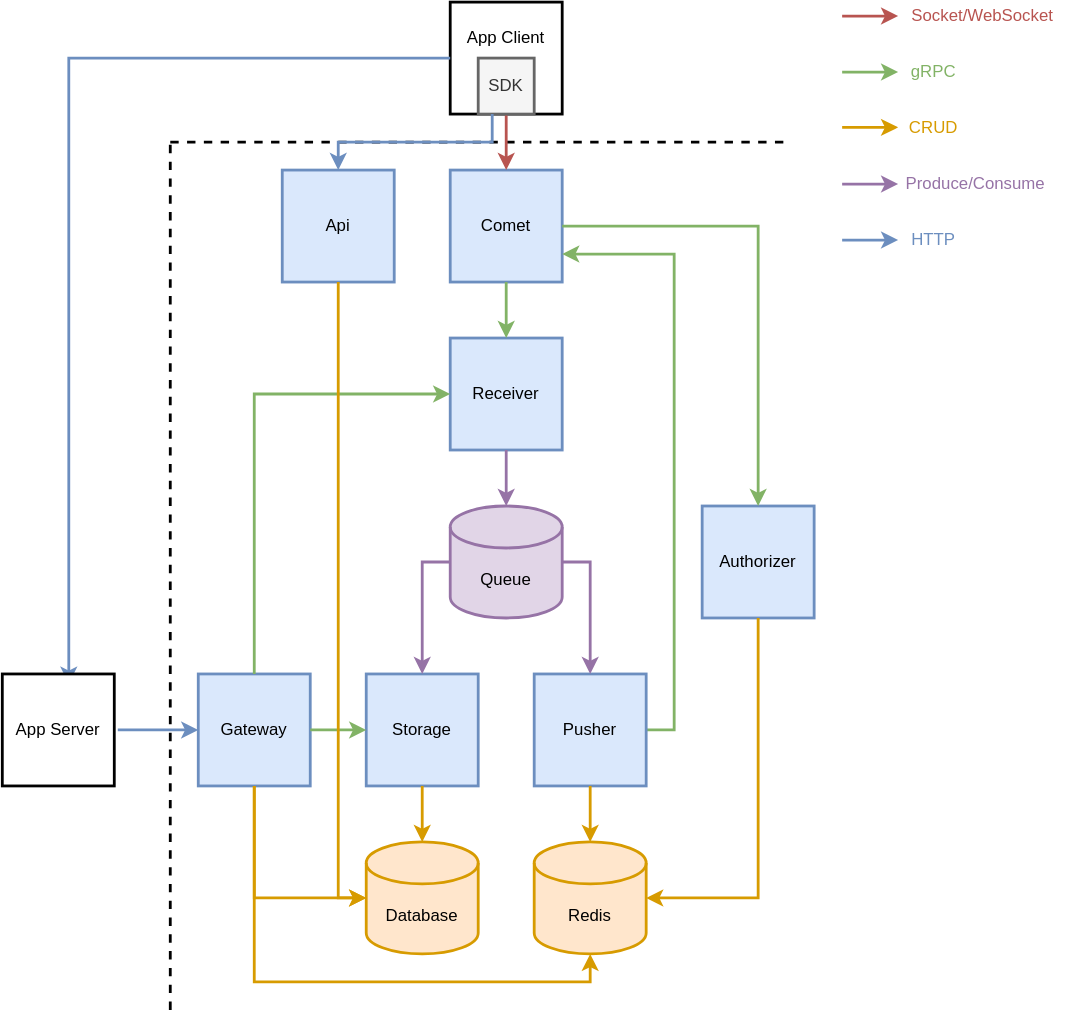
Before: doc/architecture.svg, a diagram exported from draw.io (gengteng/jinshu). Source tidied: cells renumbered, new cells last; positions are measured from the earlier drawing's top-left corner, leaving out a move shared by most shapes. Source of this version:
```xml
<mxGraphModel>
  <root>
    <mxCell id="0" />
    <mxCell id="1" parent="0" />
    <mxCell id="2" value="App Client&lt;br&gt;&lt;br&gt;&lt;br&gt;" style="whiteSpace=wrap;html=1;strokeWidth=2;" parent="1" vertex="1">
      <mxGeometry x="320" width="80" height="80" as="geometry" />
    </mxCell>
    <mxCell id="3" value="Comet" style="whiteSpace=wrap;html=1;strokeWidth=2;fillColor=#dae8fc;strokeColor=#6c8ebf;" parent="1" vertex="1">
      <mxGeometry x="320" y="120" width="80" height="80" as="geometry" />
    </mxCell>
    <mxCell id="4" value="Receiver" style="whiteSpace=wrap;html=1;strokeWidth=2;fillColor=#dae8fc;strokeColor=#6c8ebf;" parent="1" vertex="1">
      <mxGeometry x="320" y="240" width="80" height="80" as="geometry" />
    </mxCell>
    <mxCell id="5" value="Queue" style="shape=cylinder3;whiteSpace=wrap;html=1;boundedLbl=1;backgroundOutline=1;size=15;strokeWidth=2;fillColor=#e1d5e7;strokeColor=#9673a6;" parent="1" vertex="1">
      <mxGeometry x="320" y="360" width="80" height="80" as="geometry" />
    </mxCell>
    <mxCell id="6" style="edgeStyle=orthogonalEdgeStyle;rounded=0;jettySize=auto;html=1;exitX=1;exitY=0.5;exitDx=0;exitDy=0;entryX=1;entryY=0.75;entryDx=0;entryDy=0;fillColor=#d5e8d4;strokeColor=#82b366;strokeWidth=2;" parent="1" edge="1" source="7" target="3">
      <mxGeometry relative="1" as="geometry" />
    </mxCell>
    <mxCell id="7" value="Pusher" style="whiteSpace=wrap;html=1;strokeWidth=2;fillColor=#dae8fc;strokeColor=#6c8ebf;" parent="1" vertex="1">
      <mxGeometry x="380" y="480" width="80" height="80" as="geometry" />
    </mxCell>
    <mxCell id="8" value="Storage" style="whiteSpace=wrap;html=1;strokeWidth=2;fillColor=#dae8fc;strokeColor=#6c8ebf;" parent="1" vertex="1">
      <mxGeometry x="260" y="480" width="80" height="80" as="geometry" />
    </mxCell>
    <mxCell id="9" style="endArrow=none;html=1;rounded=0;strokeWidth=2;dashed=1;" parent="1" edge="1">
      <mxGeometry relative="1" as="geometry">
        <mxPoint x="120" y="100" as="sourcePoint" />
        <mxPoint x="560" y="100" as="targetPoint" />
      </mxGeometry>
    </mxCell>
    <mxCell id="10" value="Authorizer" style="whiteSpace=wrap;html=1;strokeWidth=2;fillColor=#dae8fc;strokeColor=#6c8ebf;" parent="1" vertex="1">
      <mxGeometry x="500" y="360" width="80" height="80" as="geometry" />
    </mxCell>
    <mxCell id="11" value="Database" style="shape=cylinder3;whiteSpace=wrap;html=1;boundedLbl=1;backgroundOutline=1;size=15;strokeWidth=2;fillColor=#ffe6cc;strokeColor=#d79b00;" parent="1" vertex="1">
      <mxGeometry x="260" y="600" width="80" height="80" as="geometry" />
    </mxCell>
    <mxCell id="12" style="endArrow=classic;html=1;rounded=0;entryX=0.5;entryY=0;entryDx=0;entryDy=0;exitX=0.5;exitY=1;exitDx=0;exitDy=0;fillColor=#d5e8d4;strokeColor=#82b366;strokeWidth=2;" parent="1" edge="1" source="3" target="4">
      <mxGeometry relative="1" as="geometry" />
    </mxCell>
    <mxCell id="13" style="endArrow=classic;html=1;rounded=0;entryX=0.5;entryY=0;entryDx=0;entryDy=0;exitX=0.5;exitY=1;exitDx=0;exitDy=0;entryPerimeter=0;fillColor=#e1d5e7;strokeColor=#9673a6;strokeWidth=2;" parent="1" edge="1" source="4" target="5">
      <mxGeometry relative="1" as="geometry" />
    </mxCell>
    <mxCell id="14" value="Redis" style="shape=cylinder3;whiteSpace=wrap;html=1;boundedLbl=1;backgroundOutline=1;size=15;strokeWidth=2;fillColor=#ffe6cc;strokeColor=#d79b00;" parent="1" vertex="1">
      <mxGeometry x="380" y="600" width="80" height="80" as="geometry" />
    </mxCell>
    <mxCell id="15" style="endArrow=classic;html=1;rounded=0;exitX=0.5;exitY=1;exitDx=0;exitDy=0;entryX=0.5;entryY=0;entryDx=0;entryDy=0;entryPerimeter=0;fillColor=#ffe6cc;strokeColor=#d79b00;strokeWidth=2;" parent="1" edge="1" source="7" target="14">
      <mxGeometry relative="1" as="geometry" />
    </mxCell>
    <mxCell id="16" style="endArrow=classic;html=1;rounded=0;exitX=0.5;exitY=1;exitDx=0;exitDy=0;fillColor=#ffe6cc;strokeColor=#d79b00;strokeWidth=2;" parent="1" edge="1" source="8" target="11">
      <mxGeometry relative="1" as="geometry" />
    </mxCell>
    <mxCell id="17" style="edgeStyle=segmentEdgeStyle;endArrow=classic;html=1;rounded=0;entryX=0.5;entryY=0;entryDx=0;entryDy=0;fillColor=#d5e8d4;strokeColor=#82b366;strokeWidth=2;" parent="1" edge="1" target="10">
      <mxGeometry relative="1" as="geometry">
        <mxPoint x="400" y="160" as="sourcePoint" />
      </mxGeometry>
    </mxCell>
    <mxCell id="18" style="edgeStyle=orthogonalEdgeStyle;rounded=0;jettySize=auto;html=1;exitX=0.5;exitY=1;exitDx=0;exitDy=0;entryX=0.5;entryY=0;entryDx=0;entryDy=0;fillColor=#f8cecc;strokeColor=#b85450;strokeWidth=2;" parent="1" edge="1" source="19" target="3">
      <mxGeometry relative="1" as="geometry" />
    </mxCell>
    <mxCell id="19" value="SDK" style="whiteSpace=wrap;html=1;strokeWidth=2;fillColor=#f5f5f5;fontColor=#333333;strokeColor=#666666;" parent="1" vertex="1">
      <mxGeometry x="340" y="40" width="40" height="40" as="geometry" />
    </mxCell>
    <mxCell id="20" style="edgeStyle=segmentEdgeStyle;endArrow=classic;html=1;rounded=0;fillColor=#e1d5e7;strokeColor=#9673a6;strokeWidth=2;" parent="1" edge="1" source="5" target="8">
      <mxGeometry relative="1" as="geometry" />
    </mxCell>
    <mxCell id="21" style="edgeStyle=segmentEdgeStyle;endArrow=classic;html=1;rounded=0;entryX=0.5;entryY=0;entryDx=0;entryDy=0;exitX=1;exitY=0.5;exitDx=0;exitDy=0;exitPerimeter=0;fillColor=#e1d5e7;strokeColor=#9673a6;strokeWidth=2;" parent="1" edge="1" source="5" target="7">
      <mxGeometry relative="1" as="geometry" />
    </mxCell>
    <mxCell id="22" style="endArrow=classic;html=1;rounded=0;fillColor=#f8cecc;strokeColor=#b85450;strokeWidth=2;" parent="1" edge="1">
      <mxGeometry relative="1" as="geometry">
        <mxPoint x="600" y="10" as="sourcePoint" />
        <mxPoint x="640" y="10" as="targetPoint" />
      </mxGeometry>
    </mxCell>
    <mxCell id="23" style="endArrow=classic;html=1;rounded=0;fillColor=#d5e8d4;strokeColor=#82b366;strokeWidth=2;" parent="1" edge="1">
      <mxGeometry relative="1" as="geometry">
        <mxPoint x="600" y="50" as="sourcePoint" />
        <mxPoint x="640" y="50" as="targetPoint" />
      </mxGeometry>
    </mxCell>
    <mxCell id="24" style="endArrow=classic;html=1;rounded=0;fillColor=#ffe6cc;strokeColor=#d79b00;strokeWidth=2;" parent="1" edge="1">
      <mxGeometry relative="1" as="geometry">
        <mxPoint x="600" y="89.5" as="sourcePoint" />
        <mxPoint x="640" y="89.5" as="targetPoint" />
      </mxGeometry>
    </mxCell>
    <mxCell id="25" style="endArrow=classic;html=1;rounded=0;fillColor=#e1d5e7;strokeColor=#9673a6;strokeWidth=2;" parent="1" edge="1">
      <mxGeometry relative="1" as="geometry">
        <mxPoint x="600" y="130" as="sourcePoint" />
        <mxPoint x="640" y="130" as="targetPoint" />
      </mxGeometry>
    </mxCell>
    <mxCell id="26" value="Socket/WebSocket" style="text;html=1;align=center;verticalAlign=middle;fontColor=#B85450;" parent="1" vertex="1">
      <mxGeometry x="640" width="120" height="20" as="geometry" />
    </mxCell>
    <mxCell id="27" value="gRPC" style="text;html=1;align=center;verticalAlign=middle;fontColor=#82B366;" parent="1" vertex="1">
      <mxGeometry x="640" y="40" width="50" height="20" as="geometry" />
    </mxCell>
    <mxCell id="28" value="CRUD" style="text;html=1;align=center;verticalAlign=middle;fontColor=#D79B00;" parent="1" vertex="1">
      <mxGeometry x="640" y="80" width="50" height="20" as="geometry" />
    </mxCell>
    <mxCell id="29" value="Produce/Consume" style="text;html=1;align=center;verticalAlign=middle;fontColor=#9673A6;" parent="1" vertex="1">
      <mxGeometry x="640" y="120" width="110" height="20" as="geometry" />
    </mxCell>
    <mxCell id="30" value="Gateway" style="whiteSpace=wrap;html=1;strokeWidth=2;fillColor=#dae8fc;strokeColor=#6c8ebf;" parent="1" vertex="1">
      <mxGeometry x="140" y="480" width="80" height="80" as="geometry" />
    </mxCell>
    <mxCell id="31" style="endArrow=none;html=1;rounded=0;strokeWidth=2;dashed=1;" parent="1" edge="1">
      <mxGeometry relative="1" as="geometry">
        <mxPoint x="120" y="720" as="sourcePoint" />
        <mxPoint x="120" y="100" as="targetPoint" />
      </mxGeometry>
    </mxCell>
    <mxCell id="32" style="endArrow=classic;html=1;rounded=0;strokeWidth=2;exitX=0.875;exitY=0.5;exitDx=0;exitDy=0;exitPerimeter=0;fillColor=#dae8fc;strokeColor=#6c8ebf;" parent="1" edge="1" target="30">
      <mxGeometry relative="1" as="geometry">
        <mxPoint x="82.5" y="520" as="sourcePoint" />
      </mxGeometry>
    </mxCell>
    <mxCell id="33" style="endArrow=classic;html=1;rounded=0;fillColor=#dae8fc;strokeColor=#6c8ebf;strokeWidth=2;" parent="1" edge="1">
      <mxGeometry relative="1" as="geometry">
        <mxPoint x="600" y="170" as="sourcePoint" />
        <mxPoint x="640" y="170" as="targetPoint" />
      </mxGeometry>
    </mxCell>
    <mxCell id="34" value="HTTP" style="text;html=1;align=center;verticalAlign=middle;fontColor=#6C8EBF;" parent="1" vertex="1">
      <mxGeometry x="640" y="160" width="50" height="20" as="geometry" />
    </mxCell>
    <mxCell id="35" style="edgeStyle=segmentEdgeStyle;endArrow=classic;html=1;rounded=0;strokeWidth=2;entryX=0;entryY=0.5;entryDx=0;entryDy=0;entryPerimeter=0;exitX=0.5;exitY=1;exitDx=0;exitDy=0;fillColor=#ffe6cc;strokeColor=#d79b00;" parent="1" edge="1" source="30" target="11">
      <mxGeometry relative="1" as="geometry">
        <Array as="points">
          <mxPoint x="180" y="640" />
        </Array>
      </mxGeometry>
    </mxCell>
    <mxCell id="36" style="edgeStyle=elbowEdgeStyle;elbow=vertical;endArrow=classic;html=1;rounded=0;strokeWidth=2;entryX=0.5;entryY=1;entryDx=0;entryDy=0;entryPerimeter=0;exitX=0.5;exitY=1;exitDx=0;exitDy=0;fillColor=#ffe6cc;strokeColor=#d79b00;" parent="1" edge="1" source="30" target="14">
      <mxGeometry relative="1" as="geometry">
        <Array as="points">
          <mxPoint x="360" y="700" />
        </Array>
      </mxGeometry>
    </mxCell>
    <mxCell id="37" style="edgeStyle=segmentEdgeStyle;endArrow=classic;html=1;rounded=0;strokeWidth=2;exitX=0.5;exitY=0;exitDx=0;exitDy=0;entryX=0;entryY=0.5;entryDx=0;entryDy=0;fillColor=#d5e8d4;strokeColor=#82b366;" parent="1" edge="1" source="30" target="4">
      <mxGeometry relative="1" as="geometry">
        <Array as="points">
          <mxPoint x="180" y="280" />
        </Array>
      </mxGeometry>
    </mxCell>
    <mxCell id="38" style="endArrow=classic;html=1;rounded=0;strokeWidth=2;exitX=1;exitY=0.5;exitDx=0;exitDy=0;fillColor=#d5e8d4;strokeColor=#82b366;" parent="1" edge="1" source="30" target="8">
      <mxGeometry relative="1" as="geometry" />
    </mxCell>
    <mxCell id="39" style="edgeStyle=segmentEdgeStyle;endArrow=classic;html=1;rounded=0;strokeWidth=2;exitX=0;exitY=0.5;exitDx=0;exitDy=0;entryX=0.625;entryY=0.2;entryDx=0;entryDy=0;entryPerimeter=0;fillColor=#dae8fc;strokeColor=#6c8ebf;" parent="1" edge="1" source="2">
      <mxGeometry relative="1" as="geometry">
        <mxPoint x="47.5" y="487" as="targetPoint" />
      </mxGeometry>
    </mxCell>
    <mxCell id="40" value="Api" style="whiteSpace=wrap;html=1;strokeWidth=2;fillColor=#dae8fc;strokeColor=#6c8ebf;" parent="1" vertex="1">
      <mxGeometry x="200" y="120" width="80" height="80" as="geometry" />
    </mxCell>
    <mxCell id="41" style="edgeStyle=elbowEdgeStyle;elbow=vertical;endArrow=classic;html=1;rounded=0;strokeWidth=2;exitX=0.25;exitY=1;exitDx=0;exitDy=0;entryX=0.5;entryY=0;entryDx=0;entryDy=0;fillColor=#dae8fc;strokeColor=#6c8ebf;" parent="1" edge="1" source="19" target="40">
      <mxGeometry relative="1" as="geometry" />
    </mxCell>
    <mxCell id="42" value="App Server" style="whiteSpace=wrap;html=1;strokeWidth=2;" parent="1" vertex="1">
      <mxGeometry y="480" width="80" height="80" as="geometry" />
    </mxCell>
    <mxCell id="43" style="edgeStyle=segmentEdgeStyle;endArrow=classic;html=1;rounded=0;strokeWidth=2;exitX=0.5;exitY=1;exitDx=0;exitDy=0;entryX=0;entryY=0.5;entryDx=0;entryDy=0;entryPerimeter=0;fillColor=#ffe6cc;strokeColor=#d79b00;" parent="1" edge="1" source="40" target="11">
      <mxGeometry relative="1" as="geometry">
        <Array as="points">
          <mxPoint x="240" y="640" />
        </Array>
      </mxGeometry>
    </mxCell>
    <mxCell id="44" style="edgeStyle=segmentEdgeStyle;endArrow=classic;html=1;rounded=0;strokeWidth=2;exitX=0.5;exitY=1;exitDx=0;exitDy=0;entryX=1;entryY=0.5;entryDx=0;entryDy=0;entryPerimeter=0;fillColor=#ffe6cc;strokeColor=#d79b00;" parent="1" edge="1" source="10" target="14">
      <mxGeometry relative="1" as="geometry">
        <Array as="points">
          <mxPoint x="540" y="640" />
        </Array>
      </mxGeometry>
    </mxCell>
  </root>
</mxGraphModel>
```
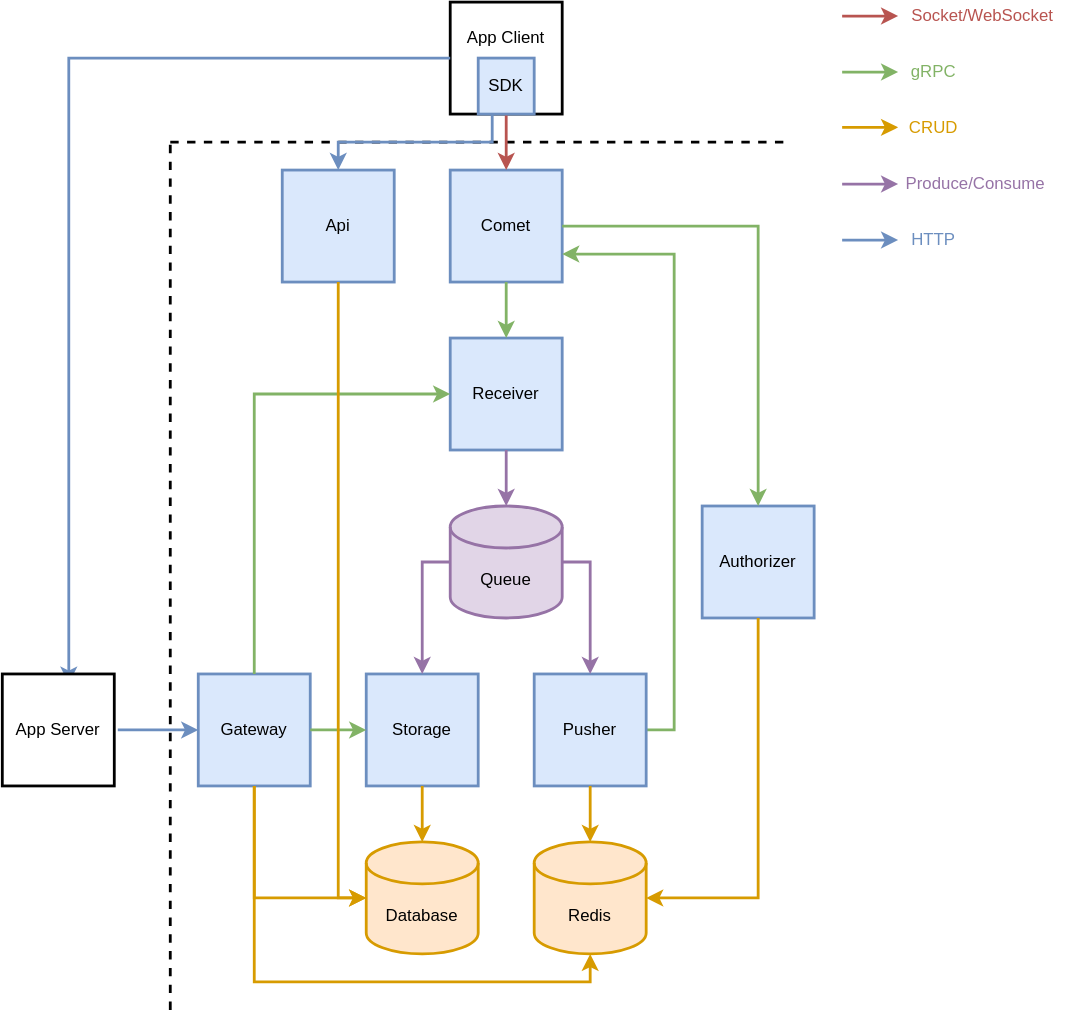
After the commit.

Diff of the diagram source:
```diff
@@ -58,7 +58,7 @@
     <mxCell id="18" style="edgeStyle=orthogonalEdgeStyle;rounded=0;jettySize=auto;html=1;exitX=0.5;exitY=1;exitDx=0;exitDy=0;entryX=0.5;entryY=0;entryDx=0;entryDy=0;fillColor=#f8cecc;strokeColor=#b85450;strokeWidth=2;" parent="1" edge="1" source="19" target="3">
       <mxGeometry relative="1" as="geometry" />
     </mxCell>
-    <mxCell id="19" value="SDK" style="whiteSpace=wrap;html=1;strokeWidth=2;fillColor=#f5f5f5;fontColor=#333333;strokeColor=#666666;" parent="1" vertex="1">
+    <mxCell id="19" value="SDK" style="whiteSpace=wrap;html=1;strokeWidth=2;fillColor=#dae8fc;strokeColor=#6c8ebf;" parent="1" vertex="1">
       <mxGeometry x="340" y="40" width="40" height="40" as="geometry" />
     </mxCell>
     <mxCell id="20" style="edgeStyle=segmentEdgeStyle;endArrow=classic;html=1;rounded=0;fillColor=#e1d5e7;strokeColor=#9673a6;strokeWidth=2;" parent="1" edge="1" source="5" target="8">
```
